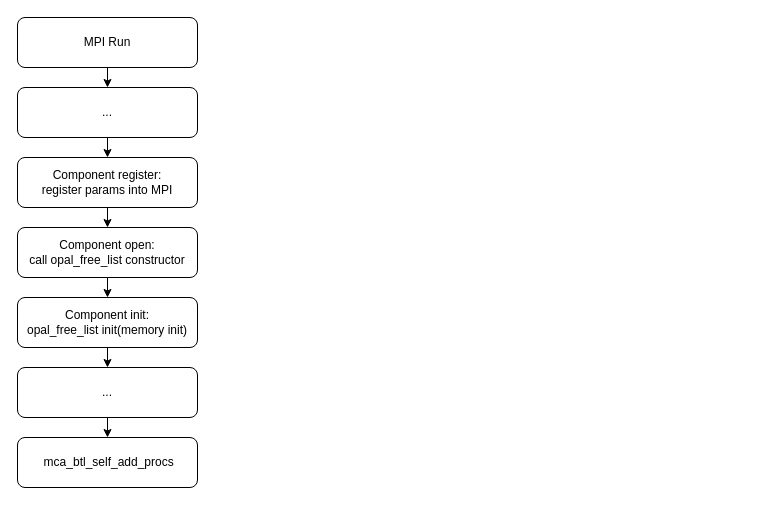
Earlier version of the draw.io diagram ompi/self-flow.drawio (Troyself/img-design-draw-io). Source tidied: cells renumbered, new cells numbered last; positions are measured from the earlier drawing's top-left corner, leaving out a move shared by most shapes. Both pictures are drawn from the tidied source at 100%, with x=0, y=0 at pixel (17, 17).
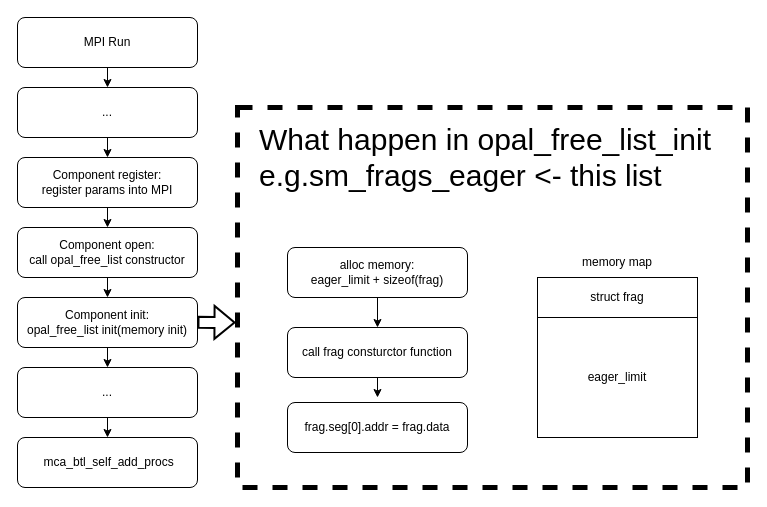
After the change.

The edit, as a diff of the source:
```diff
@@
+    <mxCell id="15" style="rounded=0;whiteSpace=wrap;html=1;fillColor=none;dashed=1;strokeWidth=5;" parent="1" vertex="1">
+      <mxGeometry x="220" y="90" width="510" height="380" as="geometry" />
+    </mxCell>
+    <mxCell id="16" value="What happen in opal_free_list_init&lt;div&gt;e.g.sm_frags_eager &amp;lt;- this list&lt;/div&gt;" style="text;html=1;align=left;verticalAlign=middle;whiteSpace=wrap;rounded=0;fontSize=30;" parent="1" vertex="1">
+      <mxGeometry x="240" y="110" width="490" height="60" as="geometry" />
+    </mxCell>
+    <mxCell id="17" style="edgeStyle=orthogonalEdgeStyle;rounded=0;jettySize=auto;html=1;exitX=0.5;exitY=1;exitDx=0;exitDy=0;entryX=0.5;entryY=0;entryDx=0;entryDy=0;" parent="1" edge="1" source="18" target="20">
+      <mxGeometry relative="1" as="geometry" />
+    </mxCell>
+    <mxCell id="18" value="alloc memory:&lt;br&gt;eager_limit + sizeof(frag)" style="rounded=1;whiteSpace=wrap;html=1;fillColor=none;" parent="1" vertex="1">
+      <mxGeometry x="270" y="230" width="180" height="50" as="geometry" />
+    </mxCell>
+    <mxCell id="19" style="edgeStyle=orthogonalEdgeStyle;rounded=0;jettySize=auto;html=1;exitX=0.5;exitY=1;exitDx=0;exitDy=0;entryX=0.5;entryY=0;entryDx=0;entryDy=0;" parent="1" edge="1" source="20">
+      <mxGeometry relative="1" as="geometry">
+        <mxPoint x="360" y="380" as="targetPoint" />
+      </mxGeometry>
+    </mxCell>
+    <mxCell id="20" value="call frag consturctor function" style="rounded=1;whiteSpace=wrap;html=1;fillColor=none;" parent="1" vertex="1">
+      <mxGeometry x="270" y="310" width="180" height="50" as="geometry" />
+    </mxCell>
+    <mxCell id="21" value="frag.seg[0].addr = frag.data" style="rounded=1;whiteSpace=wrap;html=1;fillColor=none;" parent="1" vertex="1">
+      <mxGeometry x="270" y="385" width="180" height="50" as="geometry" />
+    </mxCell>
+    <mxCell id="22" style="rounded=0;whiteSpace=wrap;html=1;fillColor=none;" parent="1" vertex="1">
+      <mxGeometry x="520" y="260" width="160" height="160" as="geometry" />
+    </mxCell>
+    <mxCell id="23" style="endArrow=none;html=1;rounded=0;exitX=0;exitY=0.25;exitDx=0;exitDy=0;entryX=1;entryY=0.25;entryDx=0;entryDy=0;" parent="1" edge="1" source="22" target="22">
+      <mxGeometry relative="1" as="geometry" />
+    </mxCell>
+    <mxCell id="24" value="struct frag" style="text;html=1;align=center;verticalAlign=middle;whiteSpace=wrap;rounded=0;" parent="1" vertex="1">
+      <mxGeometry x="570" y="265" width="60" height="30" as="geometry" />
+    </mxCell>
+    <mxCell id="25" value="eager_limit" style="text;html=1;align=center;verticalAlign=middle;whiteSpace=wrap;rounded=0;" parent="1" vertex="1">
+      <mxGeometry x="570" y="345" width="60" height="30" as="geometry" />
+    </mxCell>
+    <mxCell id="26" value="memory map" style="text;html=1;align=center;verticalAlign=middle;whiteSpace=wrap;rounded=0;" parent="1" vertex="1">
+      <mxGeometry x="555" y="230" width="90" height="30" as="geometry" />
+    </mxCell>
+    <mxCell id="27" style="shape=flexArrow;endArrow=classic;html=1;rounded=0;strokeWidth=2;" parent="1" edge="1">
+      <mxGeometry relative="1" as="geometry">
+        <mxPoint x="180" y="304.8" as="sourcePoint" />
+        <mxPoint x="218" y="305" as="targetPoint" />
+      </mxGeometry>
+    </mxCell>
```
